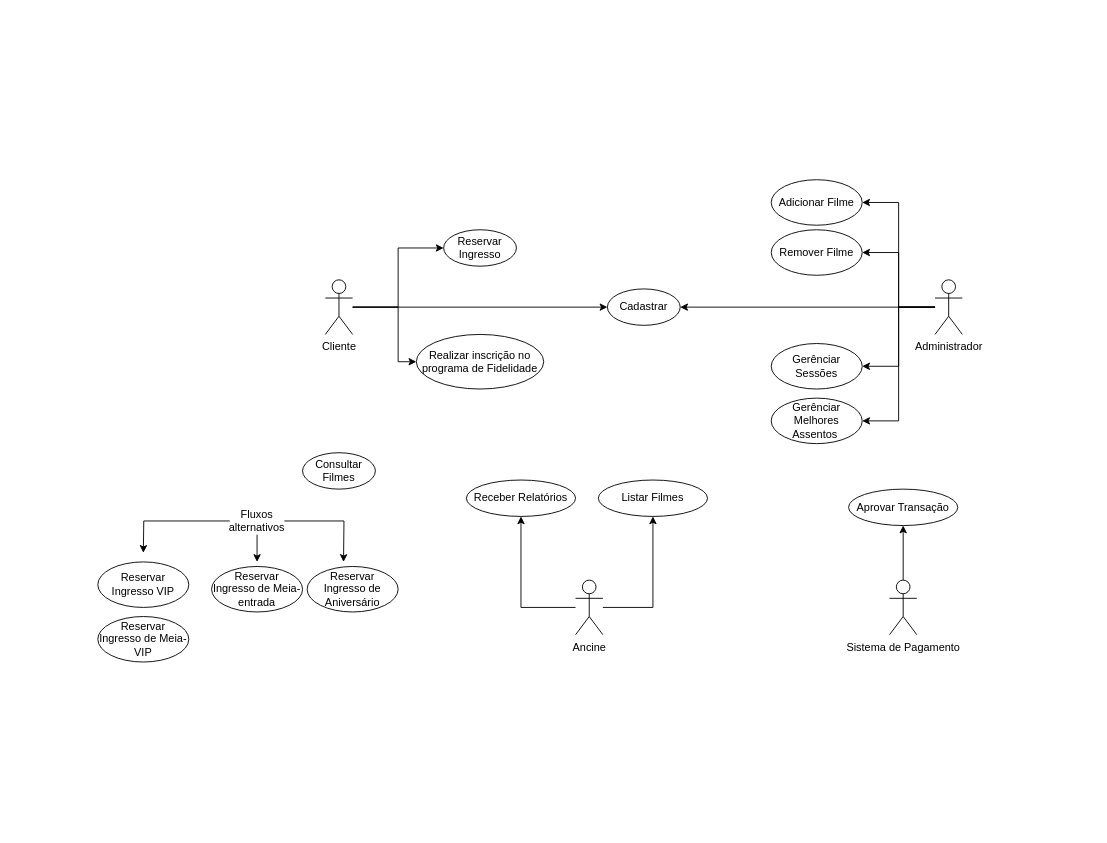
Before: Projeto 1.drawio in JnSGoncalves/Modelagem-de-Software, a draw.io diagram. Source tidied: cells renumbered, new cells numbered last; positions are measured from the earlier drawing's top-left corner, leaving out a move shared by most shapes. Both pictures are drawn from the tidied source at 91%, with x=0, y=0 at pixel (97, 179).
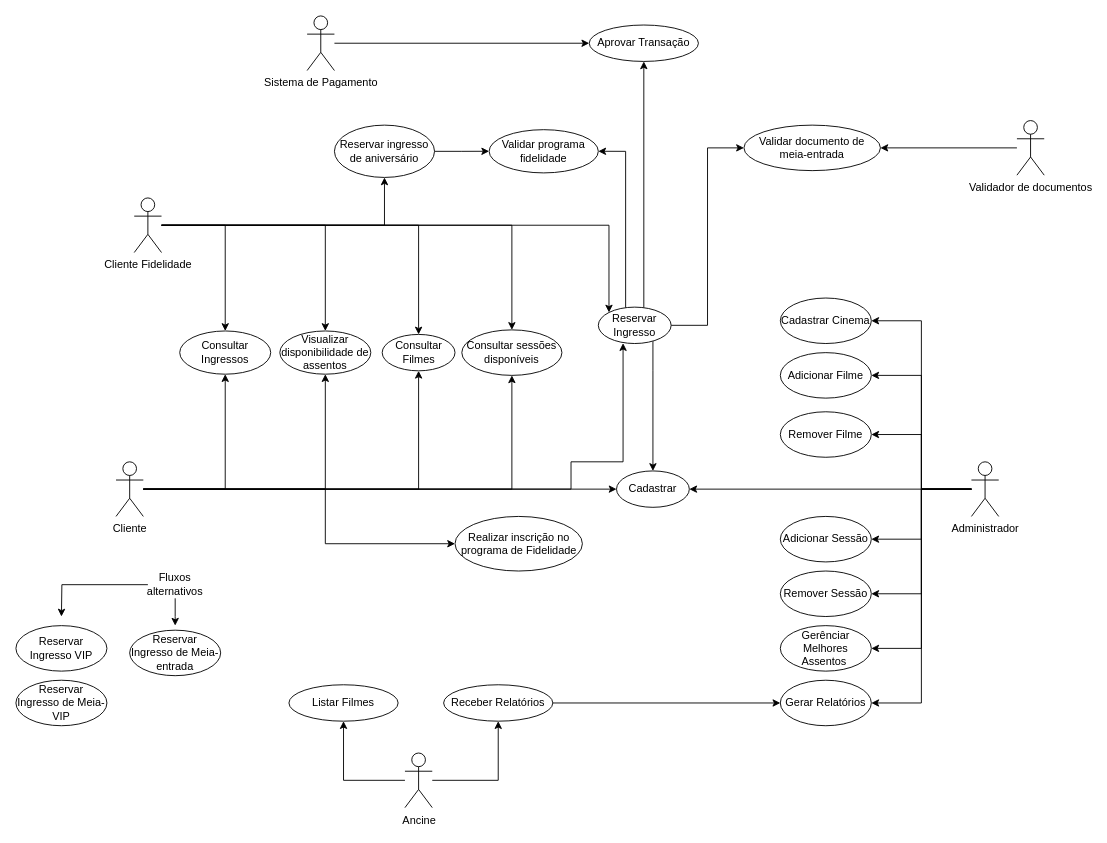
After the change.

Change to the diagram source:
```diff
@@
-    <mxCell id="2" style="edgeStyle=orthogonalEdgeStyle;rounded=0;jettySize=auto;html=1;entryX=0;entryY=0.5;entryDx=0;entryDy=0;" parent="1" edge="1" source="5" target="15">
-      <mxGeometry relative="1" as="geometry" />
+    <mxCell id="2" style="edgeStyle=orthogonalEdgeStyle;rounded=0;jettySize=auto;html=1;entryX=0.34;entryY=0.99;entryDx=0;entryDy=0;entryPerimeter=0;" parent="1" edge="1" source="5" target="15">
+      <mxGeometry relative="1" as="geometry">
+        <Array as="points">
+          <mxPoint x="520" y="340" />
+          <mxPoint x="520" y="310" />
+          <mxPoint x="577" y="310" />
+        </Array>
+      </mxGeometry>
     </mxCell>
@@
+    <mxCell id="36" style="edgeStyle=orthogonalEdgeStyle;rounded=0;jettySize=auto;html=1;entryX=0.5;entryY=1;entryDx=0;entryDy=0;" parent="1" edge="1" source="5" target="45">
+      <mxGeometry relative="1" as="geometry">
+        <Array as="points">
+          <mxPoint x="455" y="340" />
+        </Array>
+      </mxGeometry>
+    </mxCell>
+    <mxCell id="37" style="edgeStyle=orthogonalEdgeStyle;rounded=0;jettySize=auto;html=1;" parent="1" edge="1" source="5" target="17">
+      <mxGeometry relative="1" as="geometry" />
+    </mxCell>
+    <mxCell id="38" style="edgeStyle=orthogonalEdgeStyle;rounded=0;jettySize=auto;html=1;entryX=0.5;entryY=1;entryDx=0;entryDy=0;" parent="1" edge="1" source="5" target="57">
+      <mxGeometry relative="1" as="geometry" />
+    </mxCell>
+    <mxCell id="39" style="edgeStyle=orthogonalEdgeStyle;rounded=0;jettySize=auto;html=1;" parent="1" edge="1" source="5" target="56">
+      <mxGeometry relative="1" as="geometry" />
+    </mxCell>
     <mxCell id="4" style="edgeStyle=orthogonalEdgeStyle;rounded=0;jettySize=auto;html=1;entryX=0;entryY=0.5;entryDx=0;entryDy=0;" parent="1" edge="1" source="5" target="16">
       <mxGeometry relative="1" as="geometry">
         <Array as="points">
-          <mxPoint x="330" y="140" />
-          <mxPoint x="330" y="200" />
+          <mxPoint x="250" y="340" />
+          <mxPoint x="250" y="400" />
         </Array>
       </mxGeometry>
     </mxCell>
     <mxCell id="5" value="Cliente" style="shape=umlActor;verticalLabelPosition=bottom;verticalAlign=top;html=1;outlineConnect=0;" parent="1" vertex="1">
-      <mxGeometry x="250" y="110" width="30" height="60" as="geometry" />
+      <mxGeometry x="20" y="310" width="30" height="60" as="geometry" />
     </mxCell>
     <mxCell id="6" style="edgeStyle=orthogonalEdgeStyle;rounded=0;jettySize=auto;html=1;entryX=0.5;entryY=1;entryDx=0;entryDy=0;" parent="1" edge="1" source="8" target="29">
-      <mxGeometry relative="1" as="geometry">
-        <Array as="points">
-          <mxPoint x="465" y="470" />
-        </Array>
-      </mxGeometry>
+      <mxGeometry relative="1" as="geometry" />
     </mxCell>
     <mxCell id="7" style="edgeStyle=orthogonalEdgeStyle;rounded=0;jettySize=auto;html=1;entryX=0.5;entryY=1;entryDx=0;entryDy=0;" parent="1" edge="1" source="8" target="30">
-      <mxGeometry relative="1" as="geometry">
-        <Array as="points">
-          <mxPoint x="610" y="470" />
-        </Array>
-      </mxGeometry>
+      <mxGeometry relative="1" as="geometry" />
     </mxCell>
     <mxCell id="8" value="Ancine" style="shape=umlActor;verticalLabelPosition=bottom;verticalAlign=top;html=1;outlineConnect=0;" parent="1" vertex="1">
-      <mxGeometry x="525" y="440" width="30" height="60" as="geometry" />
+      <mxGeometry x="337.5" y="630" width="30" height="60" as="geometry" />
     </mxCell>
@@
+    <mxCell id="40" style="edgeStyle=orthogonalEdgeStyle;rounded=0;jettySize=auto;html=1;entryX=1;entryY=0.5;entryDx=0;entryDy=0;" parent="1" edge="1" source="14" target="64">
+      <mxGeometry relative="1" as="geometry" />
+    </mxCell>
+    <mxCell id="41" style="edgeStyle=orthogonalEdgeStyle;rounded=0;jettySize=auto;html=1;entryX=1;entryY=0.5;entryDx=0;entryDy=0;" parent="1" edge="1" source="14" target="65">
+      <mxGeometry relative="1" as="geometry" />
+    </mxCell>
+    <mxCell id="42" style="edgeStyle=orthogonalEdgeStyle;rounded=0;jettySize=auto;html=1;entryX=1;entryY=0.5;entryDx=0;entryDy=0;" parent="1" edge="1" source="14" target="66">
+      <mxGeometry relative="1" as="geometry" />
+    </mxCell>
     <mxCell id="14" value="Administrador" style="shape=umlActor;verticalLabelPosition=bottom;verticalAlign=top;html=1;outlineConnect=0;" parent="1" vertex="1">
-      <mxGeometry x="920" y="110" width="30" height="60" as="geometry" />
+      <mxGeometry x="960" y="310" width="30" height="60" as="geometry" />
     </mxCell>
-    <mxCell id="15" value="Reservar Ingresso" style="ellipse;whiteSpace=wrap;html=1;" parent="1" vertex="1">
-      <mxGeometry x="380" y="55" width="80" height="40" as="geometry" />
-    </mxCell>
+    <mxCell id="43" style="edgeStyle=orthogonalEdgeStyle;rounded=0;jettySize=auto;html=1;entryX=0.5;entryY=1;entryDx=0;entryDy=0;" parent="1" edge="1" source="15" target="35">
+      <mxGeometry relative="1" as="geometry">
+        <Array as="points">
+          <mxPoint x="600" y="-130" />
+        </Array>
+      </mxGeometry>
+    </mxCell>
     <mxCell id="16" value="Realizar inscrição no programa de Fidelidade" style="ellipse;whiteSpace=wrap;html=1;" parent="1" vertex="1">
-      <mxGeometry x="350" y="170" width="140" height="60" as="geometry" />
+      <mxGeometry x="392.5" y="370" width="140" height="60" as="geometry" />
     </mxCell>
     <mxCell id="17" value="Consultar Filmes" style="ellipse;whiteSpace=wrap;html=1;" parent="1" vertex="1">
-      <mxGeometry x="225" y="300" width="80" height="40" as="geometry" />
+      <mxGeometry x="312.5" y="170" width="80" height="40" as="geometry" />
     </mxCell>
     <mxCell id="18" value="Cadastrar" style="ellipse;whiteSpace=wrap;html=1;" parent="1" vertex="1">
-      <mxGeometry x="560" y="120" width="80" height="40" as="geometry" />
+      <mxGeometry x="570" y="320" width="80" height="40" as="geometry" />
     </mxCell>
     <mxCell id="19" value="Reservar Ingresso de Meia-entrada" style="ellipse;whiteSpace=wrap;html=1;" parent="1" vertex="1">
-      <mxGeometry x="125" y="425" width="100" height="50" as="geometry" />
+      <mxGeometry x="35" y="495" width="100" height="50" as="geometry" />
     </mxCell>
     <mxCell id="20" value="Adicionar Filme" style="ellipse;whiteSpace=wrap;html=1;" parent="1" vertex="1">
-      <mxGeometry x="740" width="100" height="50" as="geometry" />
+      <mxGeometry x="750" y="190" width="100" height="50" as="geometry" />
     </mxCell>
-    <mxCell id="21" value="Gerênciar Sessões" style="ellipse;whiteSpace=wrap;html=1;" parent="1" vertex="1">
-      <mxGeometry x="740" y="180" width="100" height="50" as="geometry" />
+    <mxCell id="21" value="Adicionar Sessão" style="ellipse;whiteSpace=wrap;html=1;" parent="1" vertex="1">
+      <mxGeometry x="750" y="370" width="100" height="50" as="geometry" />
     </mxCell>
-    <mxCell id="22" value="Reservar Ingresso de Aniversário" style="ellipse;whiteSpace=wrap;html=1;" parent="1" vertex="1">
-      <mxGeometry x="230" y="425" width="100" height="50" as="geometry" />
-    </mxCell>
-    <mxCell id="23" style="edgeStyle=orthogonalEdgeStyle;rounded=0;jettySize=auto;html=1;entryX=0.5;entryY=1;entryDx=0;entryDy=0;" parent="1" edge="1" source="24" target="35">
+    <mxCell id="23" style="edgeStyle=orthogonalEdgeStyle;rounded=0;jettySize=auto;html=1;entryX=0;entryY=0.5;entryDx=0;entryDy=0;" parent="1" edge="1" source="24" target="35">
       <mxGeometry relative="1" as="geometry" />
     </mxCell>
     <mxCell id="24" value="Sistema de Pagamento" style="shape=umlActor;verticalLabelPosition=bottom;verticalAlign=top;html=1;outlineConnect=0;" parent="1" vertex="1">
-      <mxGeometry x="870" y="440" width="30" height="60" as="geometry" />
+      <mxGeometry x="230" y="-180" width="30" height="60" as="geometry" />
     </mxCell>
-    <mxCell id="25" style="edgeStyle=orthogonalEdgeStyle;rounded=0;jettySize=auto;html=1;" parent="1" edge="1" source="28">
-      <mxGeometry relative="1" as="geometry">
-        <mxPoint x="270" y="420" as="targetPoint" />
-      </mxGeometry>
-    </mxCell>
     <mxCell id="26" style="edgeStyle=orthogonalEdgeStyle;rounded=0;jettySize=auto;html=1;" parent="1" edge="1" source="28">
       <mxGeometry relative="1" as="geometry">
-        <mxPoint x="175" y="420" as="targetPoint" />
+        <mxPoint x="85" y="490" as="targetPoint" />
       </mxGeometry>
     </mxCell>
     <mxCell id="27" style="edgeStyle=orthogonalEdgeStyle;rounded=0;jettySize=auto;html=1;" parent="1" edge="1" source="28">
       <mxGeometry relative="1" as="geometry">
-        <mxPoint x="50" y="410" as="targetPoint" />
+        <mxPoint x="-40" y="480" as="targetPoint" />
       </mxGeometry>
     </mxCell>
     <mxCell id="28" value="Fluxos alternativos" style="text;html=1;whiteSpace=wrap;strokeColor=none;fillColor=none;align=center;verticalAlign=middle;rounded=0;" parent="1" vertex="1">
-      <mxGeometry x="145" y="360" width="60" height="30" as="geometry" />
+      <mxGeometry x="55" y="430" width="60" height="30" as="geometry" />
     </mxCell>
+    <mxCell id="44" style="edgeStyle=orthogonalEdgeStyle;rounded=0;jettySize=auto;html=1;entryX=0;entryY=0.5;entryDx=0;entryDy=0;" parent="1" edge="1" source="29" target="66">
+      <mxGeometry relative="1" as="geometry" />
+    </mxCell>
     <mxCell id="29" value="Receber Relatórios" style="ellipse;whiteSpace=wrap;html=1;" parent="1" vertex="1">
-      <mxGeometry x="405" y="330" width="120" height="40" as="geometry" />
+      <mxGeometry x="380" y="555" width="120" height="40" as="geometry" />
     </mxCell>
     <mxCell id="30" value="Listar Filmes" style="ellipse;whiteSpace=wrap;html=1;" parent="1" vertex="1">
-      <mxGeometry x="550" y="330" width="120" height="40" as="geometry" />
+      <mxGeometry x="210" y="555" width="120" height="40" as="geometry" />
     </mxCell>
     <mxCell id="31" value="Remover Filme" style="ellipse;whiteSpace=wrap;html=1;" parent="1" vertex="1">
-      <mxGeometry x="740" y="55" width="100" height="50" as="geometry" />
+      <mxGeometry x="750" y="255" width="100" height="50" as="geometry" />
     </mxCell>
     <mxCell id="32" value="Reservar Ingresso VIP" style="ellipse;whiteSpace=wrap;html=1;" parent="1" vertex="1">
-      <mxGeometry y="420" width="100" height="50" as="geometry" />
+      <mxGeometry x="-90" y="490" width="100" height="50" as="geometry" />
     </mxCell>
     <mxCell id="33" value="Reservar Ingresso de Meia-VIP" style="ellipse;whiteSpace=wrap;html=1;" parent="1" vertex="1">
-      <mxGeometry y="480" width="100" height="50" as="geometry" />
+      <mxGeometry x="-90" y="550" width="100" height="50" as="geometry" />
     </mxCell>
     <mxCell id="34" value="Gerênciar Melhores Assentos&amp;nbsp;" style="ellipse;whiteSpace=wrap;html=1;" parent="1" vertex="1">
-      <mxGeometry x="740" y="240" width="100" height="50" as="geometry" />
+      <mxGeometry x="750" y="490" width="100" height="50" as="geometry" />
     </mxCell>
     <mxCell id="35" value="Aprovar Transação" style="ellipse;whiteSpace=wrap;html=1;" parent="1" vertex="1">
-      <mxGeometry x="825" y="340" width="120" height="40" as="geometry" />
+      <mxGeometry x="540" y="-170" width="120" height="40" as="geometry" />
     </mxCell>
+    <mxCell id="45" value="&lt;span style=&quot;text-align: left;&quot;&gt;Consultar sessões disponíveis&lt;/span&gt;" style="ellipse;whiteSpace=wrap;html=1;" parent="1" vertex="1">
+      <mxGeometry x="400" y="165" width="110" height="50" as="geometry" />
+    </mxCell>
+    <mxCell id="46" style="edgeStyle=orthogonalEdgeStyle;rounded=0;jettySize=auto;html=1;entryX=0.5;entryY=0;entryDx=0;entryDy=0;" parent="1" edge="1" source="52" target="17">
+      <mxGeometry relative="1" as="geometry" />
+    </mxCell>
+    <mxCell id="47" style="edgeStyle=orthogonalEdgeStyle;rounded=0;jettySize=auto;html=1;entryX=0.5;entryY=0;entryDx=0;entryDy=0;" parent="1" edge="1" source="52" target="45">
+      <mxGeometry relative="1" as="geometry" />
+    </mxCell>
+    <mxCell id="48" style="edgeStyle=orthogonalEdgeStyle;rounded=0;jettySize=auto;html=1;" parent="1" edge="1" source="15" target="18">
+      <mxGeometry relative="1" as="geometry">
+        <Array as="points">
+          <mxPoint x="610" y="210" />
+          <mxPoint x="610" y="210" />
+        </Array>
+      </mxGeometry>
+    </mxCell>
+    <mxCell id="49" style="edgeStyle=orthogonalEdgeStyle;rounded=0;jettySize=auto;html=1;" parent="1" edge="1" source="52" target="57">
+      <mxGeometry relative="1" as="geometry" />
+    </mxCell>
+    <mxCell id="50" style="edgeStyle=orthogonalEdgeStyle;rounded=0;jettySize=auto;html=1;" parent="1" edge="1" source="52" target="56">
+      <mxGeometry relative="1" as="geometry" />
+    </mxCell>
+    <mxCell id="51" style="edgeStyle=orthogonalEdgeStyle;rounded=0;jettySize=auto;html=1;entryX=0.5;entryY=1;entryDx=0;entryDy=0;" parent="1" edge="1" source="52" target="59">
+      <mxGeometry relative="1" as="geometry" />
+    </mxCell>
+    <mxCell id="52" value="Cliente Fidelidade" style="shape=umlActor;verticalLabelPosition=bottom;verticalAlign=top;html=1;outlineConnect=0;" parent="1" vertex="1">
+      <mxGeometry x="40" y="20" width="30" height="60" as="geometry" />
+    </mxCell>
+    <mxCell id="53" style="edgeStyle=orthogonalEdgeStyle;rounded=0;jettySize=auto;html=1;entryX=0;entryY=0;entryDx=0;entryDy=0;" parent="1" edge="1" source="52" target="15">
+      <mxGeometry relative="1" as="geometry" />
+    </mxCell>
+    <mxCell id="54" style="edgeStyle=orthogonalEdgeStyle;rounded=0;jettySize=auto;html=1;entryX=1;entryY=0.5;entryDx=0;entryDy=0;" parent="1" edge="1" source="15" target="60">
+      <mxGeometry relative="1" as="geometry">
+        <Array as="points">
+          <mxPoint x="580" y="-31" />
+        </Array>
+      </mxGeometry>
+    </mxCell>
+    <mxCell id="55" style="edgeStyle=orthogonalEdgeStyle;rounded=0;jettySize=auto;html=1;entryX=0;entryY=0.5;entryDx=0;entryDy=0;" parent="1" edge="1" source="15" target="63">
+      <mxGeometry relative="1" as="geometry" />
+    </mxCell>
+    <mxCell id="15" value="Reservar Ingresso" style="ellipse;whiteSpace=wrap;html=1;" parent="1" vertex="1">
+      <mxGeometry x="550" y="140" width="80" height="40" as="geometry" />
+    </mxCell>
+    <mxCell id="56" value="Visualizar disponibilidade de assentos" style="ellipse;whiteSpace=wrap;html=1;" parent="1" vertex="1">
+      <mxGeometry x="200" y="166.2" width="100" height="47.5" as="geometry" />
+    </mxCell>
+    <mxCell id="57" value="Consultar Ingressos" style="ellipse;whiteSpace=wrap;html=1;" parent="1" vertex="1">
+      <mxGeometry x="90" y="166.2" width="100" height="47.5" as="geometry" />
+    </mxCell>
+    <mxCell id="58" style="edgeStyle=orthogonalEdgeStyle;rounded=0;jettySize=auto;html=1;entryX=0;entryY=0.5;entryDx=0;entryDy=0;" parent="1" edge="1" source="59" target="60">
+      <mxGeometry relative="1" as="geometry" />
+    </mxCell>
+    <mxCell id="59" value="Reservar ingresso de aniversário" style="ellipse;whiteSpace=wrap;html=1;" parent="1" vertex="1">
+      <mxGeometry x="260" y="-60" width="110" height="57.5" as="geometry" />
+    </mxCell>
+    <mxCell id="60" value="Validar programa fidelidade" style="ellipse;whiteSpace=wrap;html=1;" parent="1" vertex="1">
+      <mxGeometry x="430" y="-55" width="120" height="47.5" as="geometry" />
+    </mxCell>
+    <mxCell id="61" style="edgeStyle=orthogonalEdgeStyle;rounded=0;jettySize=auto;html=1;entryX=1;entryY=0.5;entryDx=0;entryDy=0;" parent="1" edge="1" source="62" target="63">
+      <mxGeometry relative="1" as="geometry" />
+    </mxCell>
+    <mxCell id="62" value="Validador de documentos" style="shape=umlActor;verticalLabelPosition=bottom;verticalAlign=top;html=1;outlineConnect=0;" parent="1" vertex="1">
+      <mxGeometry x="1010" y="-65" width="30" height="60" as="geometry" />
+    </mxCell>
+    <mxCell id="63" value="Validar documento de meia-entrada" style="ellipse;whiteSpace=wrap;html=1;" parent="1" vertex="1">
+      <mxGeometry x="710" y="-60" width="150" height="50" as="geometry" />
+    </mxCell>
+    <mxCell id="64" value="Cadastrar Cinema" style="ellipse;whiteSpace=wrap;html=1;" parent="1" vertex="1">
+      <mxGeometry x="750" y="130" width="100" height="50" as="geometry" />
+    </mxCell>
+    <mxCell id="65" value="Remover Sessão" style="ellipse;whiteSpace=wrap;html=1;" parent="1" vertex="1">
+      <mxGeometry x="750" y="430" width="100" height="50" as="geometry" />
+    </mxCell>
+    <mxCell id="66" value="Gerar Relatórios" style="ellipse;whiteSpace=wrap;html=1;" parent="1" vertex="1">
+      <mxGeometry x="750" y="550" width="100" height="50" as="geometry" />
+    </mxCell>
```
